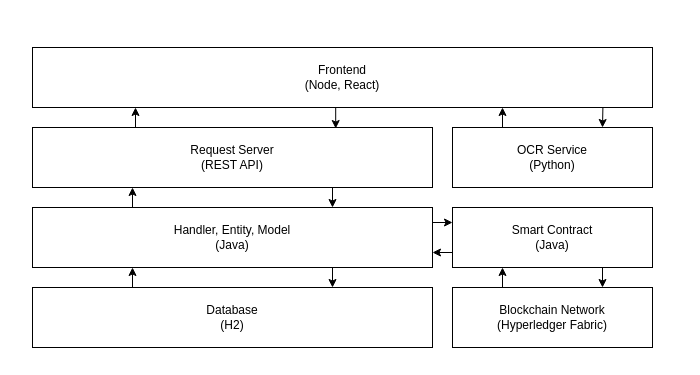
This is images/OverallArchitecture.drawio from etases/EduBlock.Report, a draw.io file, before an edit. Source tidied: cells renumbered, new cells numbered last; positions are measured from the earlier drawing's top-left corner, leaving out a move shared by most shapes. Both pictures are drawn from the tidied source at 100%, with x=0, y=0 at pixel (32, 47).
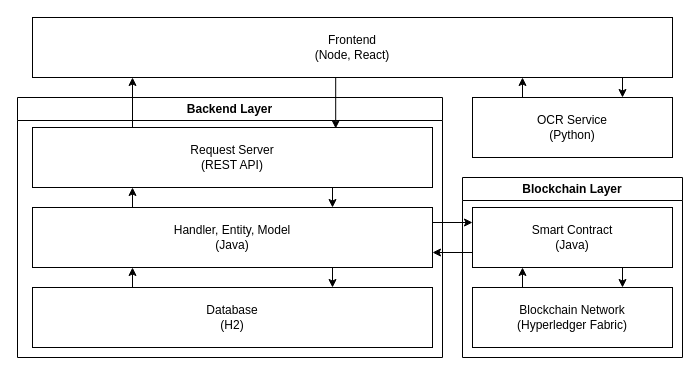
Above is the later version.

Unchanged cells that the change refers to:
```xml
<mxCell id="6" value="Request Server&lt;br&gt;(REST API)" style="rounded=0;whiteSpace=wrap;html=1;" parent="1" vertex="1">
  <mxGeometry y="80" width="400" height="60" as="geometry" />
</mxCell>
<mxCell id="13" value="Handler, Entity, Model&lt;br&gt;(Java)" style="rounded=0;whiteSpace=wrap;html=1;" parent="1" vertex="1">
  <mxGeometry y="160" width="400" height="60" as="geometry" />
</mxCell>
```

Diff of the diagram source:
```diff
@@
-    <mxCell id="2" style="edgeStyle=orthogonalEdgeStyle;rounded=0;jettySize=auto;html=1;exitX=0.5;exitY=1;exitDx=0;exitDy=0;entryX=0.758;entryY=0.017;entryDx=0;entryDy=0;startArrow=none;startFill=0;endArrow=classic;endFill=1;entryPerimeter=0;" parent="1" edge="1" source="3" target="6">
-      <mxGeometry relative="1" as="geometry" />
-    </mxCell>
     <mxCell id="3" value="Frontend&lt;br&gt;(Node, React)" style="rounded=0;whiteSpace=wrap;html=1;" parent="1" vertex="1">
-      <mxGeometry width="620" height="60" as="geometry" />
+      <mxGeometry y="-30" width="640" height="60" as="geometry" />
     </mxCell>
-    <mxCell id="4" style="edgeStyle=orthogonalEdgeStyle;rounded=0;jettySize=auto;html=1;exitX=0.25;exitY=0;exitDx=0;exitDy=0;startArrow=none;startFill=0;endArrow=classic;endFill=1;" parent="1" edge="1" source="6">
-      <mxGeometry relative="1" as="geometry">
-        <mxPoint x="103" y="60" as="targetPoint" />
-      </mxGeometry>
-    </mxCell>
@@
     <mxCell id="7" style="edgeStyle=orthogonalEdgeStyle;rounded=0;jettySize=auto;html=1;exitX=0.25;exitY=0;exitDx=0;exitDy=0;" parent="1" edge="1" source="9">
       <mxGeometry relative="1" as="geometry">
-        <mxPoint x="470" y="60" as="targetPoint" />
+        <mxPoint x="490" y="30" as="targetPoint" />
+        <Array as="points">
+          <mxPoint x="490" y="31" />
+        </Array>
       </mxGeometry>
     </mxCell>
     <mxCell id="8" style="edgeStyle=orthogonalEdgeStyle;rounded=0;jettySize=auto;html=1;exitX=0.75;exitY=0;exitDx=0;exitDy=0;entryX=0.92;entryY=1;entryDx=0;entryDy=0;entryPerimeter=0;startArrow=classic;startFill=1;endArrow=none;endFill=0;" parent="1" edge="1" source="9" target="3">
-      <mxGeometry relative="1" as="geometry" />
+      <mxGeometry relative="1" as="geometry">
+        <Array as="points">
+          <mxPoint x="590" y="30" />
+        </Array>
+      </mxGeometry>
     </mxCell>
     <mxCell id="9" value="OCR Service&lt;br&gt;(Python)" style="rounded=0;whiteSpace=wrap;html=1;" parent="1" vertex="1">
-      <mxGeometry x="420" y="80" width="200" height="60" as="geometry" />
+      <mxGeometry x="440" y="50" width="200" height="60" as="geometry" />
     </mxCell>
@@
-    <mxCell id="12" style="edgeStyle=orthogonalEdgeStyle;rounded=0;jettySize=auto;html=1;exitX=1;exitY=0.25;exitDx=0;exitDy=0;entryX=0;entryY=0.25;entryDx=0;entryDy=0;" parent="1" edge="1" source="13" target="20">
-      <mxGeometry relative="1" as="geometry" />
-    </mxCell>
@@
     <mxCell id="15" value="Blockchain Network&lt;br&gt;(Hyperledger Fabric)" style="rounded=0;whiteSpace=wrap;html=1;" parent="1" vertex="1">
-      <mxGeometry x="420" y="240" width="200" height="60" as="geometry" />
+      <mxGeometry x="440" y="240" width="200" height="60" as="geometry" />
     </mxCell>
@@
-    <mxCell id="18" style="edgeStyle=orthogonalEdgeStyle;rounded=0;jettySize=auto;html=1;exitX=0;exitY=0.75;exitDx=0;exitDy=0;entryX=1;entryY=0.75;entryDx=0;entryDy=0;" parent="1" edge="1" source="20" target="13">
-      <mxGeometry relative="1" as="geometry" />
-    </mxCell>
@@
     <mxCell id="20" value="Smart Contract&lt;br&gt;(Java)" style="rounded=0;whiteSpace=wrap;html=1;" parent="1" vertex="1">
-      <mxGeometry x="420" y="160" width="200" height="60" as="geometry" />
+      <mxGeometry x="440" y="160" width="200" height="60" as="geometry" />
     </mxCell>
+    <mxCell id="21" value="Backend Layer" style="swimlane;whiteSpace=wrap;html=1;" parent="1" vertex="1">
+      <mxGeometry x="-15" y="50" width="425" height="260" as="geometry" />
+    </mxCell>
+    <mxCell id="4" style="edgeStyle=orthogonalEdgeStyle;rounded=0;jettySize=auto;html=1;exitX=0.25;exitY=0;exitDx=0;exitDy=0;startArrow=none;startFill=0;endArrow=classic;endFill=1;" parent="1" edge="1" source="6">
+      <mxGeometry relative="1" as="geometry">
+        <mxPoint x="100" y="30" as="targetPoint" />
+      </mxGeometry>
+    </mxCell>
+    <mxCell id="2" style="edgeStyle=orthogonalEdgeStyle;rounded=0;jettySize=auto;html=1;exitX=0.5;exitY=1;exitDx=0;exitDy=0;entryX=0.758;entryY=0.017;entryDx=0;entryDy=0;startArrow=none;startFill=0;endArrow=classic;endFill=1;entryPerimeter=0;" parent="1" edge="1" source="3" target="6">
+      <mxGeometry relative="1" as="geometry">
+        <Array as="points">
+          <mxPoint x="303" y="30" />
+        </Array>
+      </mxGeometry>
+    </mxCell>
+    <mxCell id="22" value="Blockchain Layer" style="swimlane;whiteSpace=wrap;html=1;" parent="1" vertex="1">
+      <mxGeometry x="430" y="130" width="220" height="180" as="geometry" />
+    </mxCell>
+    <mxCell id="12" style="edgeStyle=orthogonalEdgeStyle;rounded=0;jettySize=auto;html=1;exitX=1;exitY=0.25;exitDx=0;exitDy=0;entryX=0;entryY=0.25;entryDx=0;entryDy=0;" parent="1" edge="1" source="13" target="20">
+      <mxGeometry relative="1" as="geometry" />
+    </mxCell>
+    <mxCell id="18" style="edgeStyle=orthogonalEdgeStyle;rounded=0;jettySize=auto;html=1;exitX=0;exitY=0.75;exitDx=0;exitDy=0;entryX=1;entryY=0.75;entryDx=0;entryDy=0;" parent="1" edge="1" source="20" target="13">
+      <mxGeometry relative="1" as="geometry" />
+    </mxCell>
```
